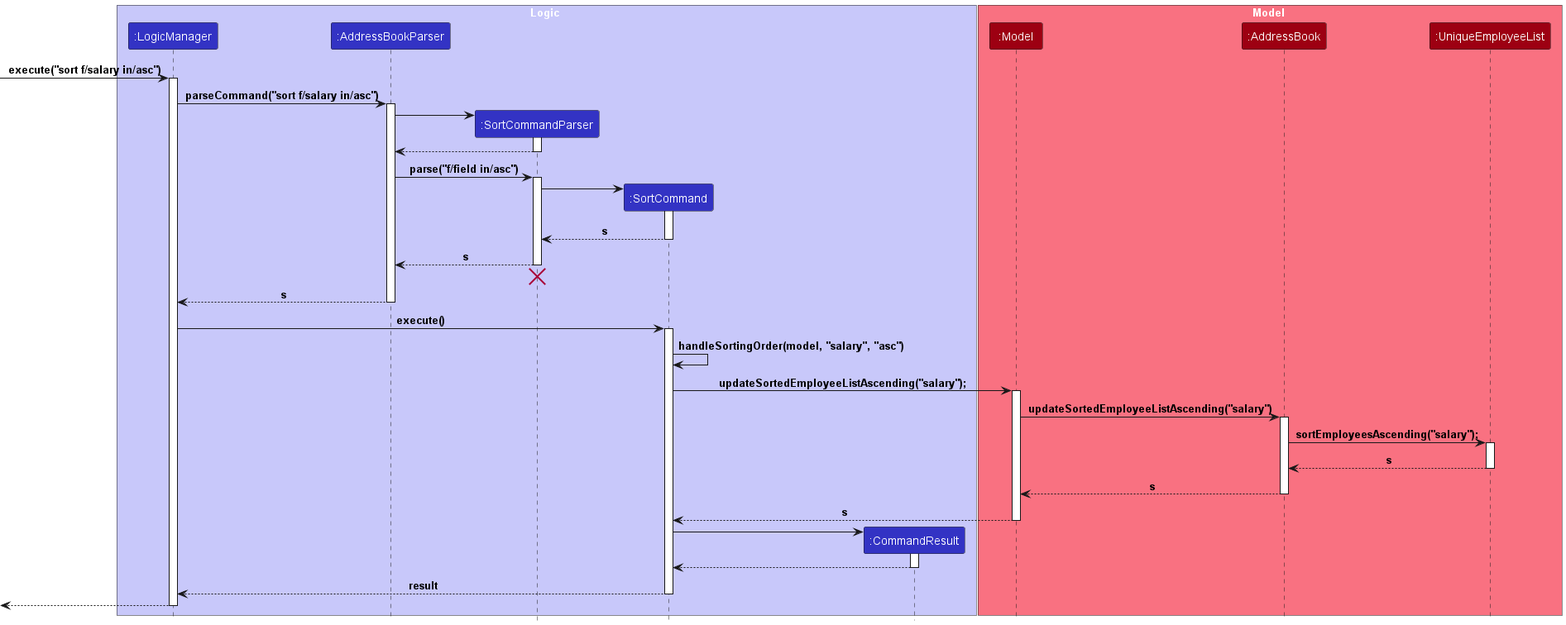
This is docs/images/SortSequenceDiagram.png from nus-cs2103-AY2324S1/tp, a PlantUML export, as it was before one commit.
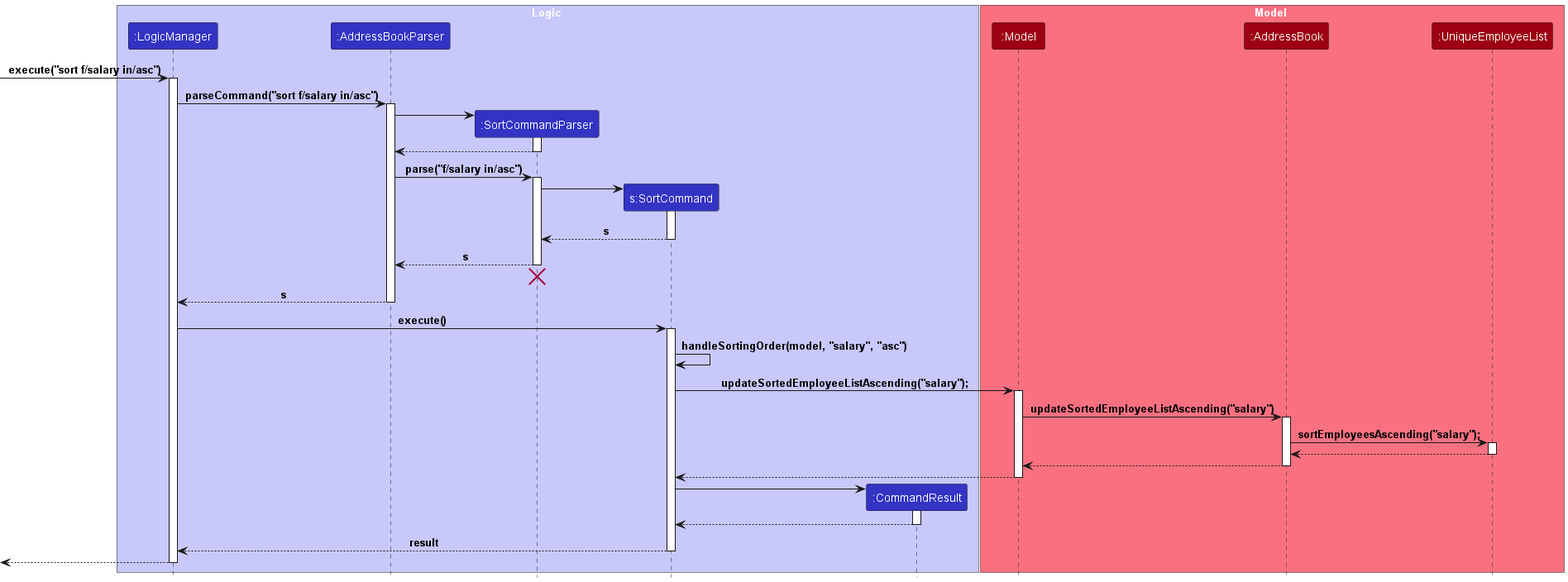
Later version of the same file.

Commit message:
Update UML diagrams

What changed in the source:
```diff
@@ -5,7 +5,7 @@
 participant ":LogicManager" as LogicManager LOGIC_COLOR
 participant ":AddressBookParser" as AddressBookParser LOGIC_COLOR
 participant ":SortCommandParser" as SortCommandParser LOGIC_COLOR
-participant ":SortCommand" as SortCommand LOGIC_COLOR
+participant "s:SortCommand" as SortCommand LOGIC_COLOR
 participant ":CommandResult" as CommandResult LOGIC_COLOR
 end box
 
@@ -27,7 +27,7 @@
 SortCommandParser --> AddressBookParser
 deactivate SortCommandParser
 
-AddressBookParser -> SortCommandParser : parse("f/field in/asc")
+AddressBookParser -> SortCommandParser : parse("f/salary in/asc")
 activate SortCommandParser
 
 create SortCommand
@@ -60,13 +60,13 @@
 AddressBook -> UniqueEmployeeList : sortEmployeesAscending("salary");
 activate UniqueEmployeeList
 
-UniqueEmployeeList --> AddressBook : s
+UniqueEmployeeList --> AddressBook
 deactivate UniqueEmployeeList
 
-AddressBook --> Model : s
+AddressBook --> Model
 deactivate AddressBook
 
-Model --> SortCommand : s
+Model --> SortCommand
 deactivate Model
 
 create CommandResult
```
